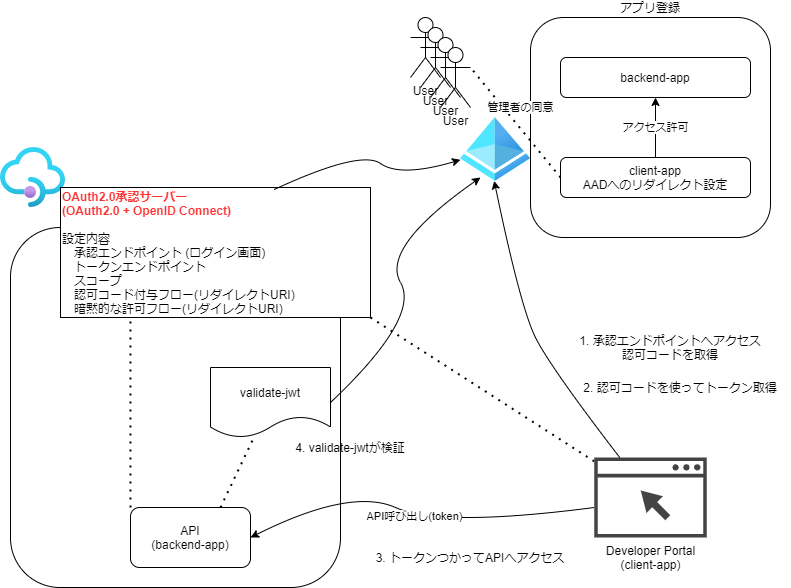
The draw.io diagram func_app_10_apim/OAuth2.0_APIM.png in APCt-okuyama/az-func-learn-plus, before a commit. Source tidied: cells renumbered, new cells last; positions are measured from the earlier drawing's top-left corner, leaving out a move shared by most shapes.
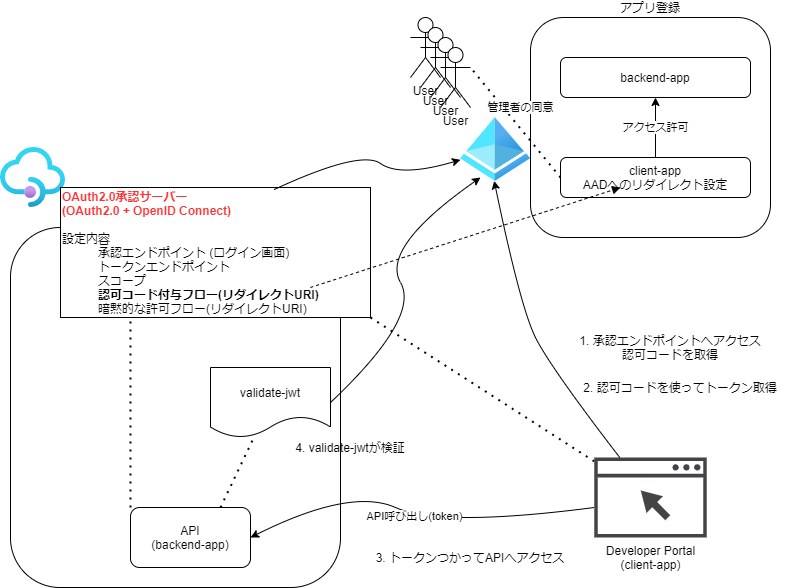
Above is the later version.

Change to the diagram source:
```diff
@@ -23,7 +23,7 @@
     <mxCell id="8" style="rounded=1;whiteSpace=wrap;html=1;" parent="1" vertex="1">
       <mxGeometry x="10" y="210" width="330" height="360" as="geometry" />
     </mxCell>
-    <mxCell id="9" value="&lt;font color=&quot;#ff3333&quot;&gt;&lt;b&gt;OAuth2.0承認サーバー&lt;br&gt;(OAuth2.0 + OpenID Connect)&lt;/b&gt;&lt;br&gt;&lt;/font&gt;&lt;br&gt;設定内容&lt;br&gt;　承認エンドポイント (ログイン画面)&lt;br&gt;　トークンエンドポイント&lt;br&gt;　スコープ&lt;br&gt;　認可コード付与フロー(リダイレクトURI)&lt;br&gt;　暗黙的な許可フロー(リダイレクトURI)" style="rounded=0;whiteSpace=wrap;html=1;align=left;" parent="1" vertex="1">
+    <mxCell id="9" value="&lt;font color=&quot;#ff3333&quot;&gt;&lt;b&gt;OAuth2.0承認サーバー&lt;br&gt;(OAuth2.0 + OpenID Connect)&lt;/b&gt;&lt;br&gt;&lt;/font&gt;&lt;br&gt;設定内容&lt;br&gt;　　　承認エンドポイント (ログイン画面)&lt;br&gt;　　　トークンエンドポイント&lt;br&gt;　　　スコープ&lt;br&gt;　　　&lt;b&gt;認可コード付与フロー(リダイレクトURI)&lt;/b&gt;&lt;br&gt;　　　暗黙的な許可フロー(リダイレクトURI)" style="rounded=0;whiteSpace=wrap;html=1;align=left;" parent="1" vertex="1">
       <mxGeometry x="60" y="170" width="310" height="130" as="geometry" />
     </mxCell>
     <mxCell id="10" value="validate-jwt" style="shape=document;whiteSpace=wrap;html=1;boundedLbl=1;" parent="1" vertex="1">
@@ -106,5 +106,8 @@
         <mxPoint x="1" as="offset" />
       </mxGeometry>
     </mxCell>
+    <mxCell id="29" style="endArrow=block;dashed=1;html=1;exitX=0.806;exitY=0.769;exitDx=0;exitDy=0;exitPerimeter=0;entryX=0.316;entryY=0.75;entryDx=0;entryDy=0;entryPerimeter=0;endFill=1;" parent="1" edge="1" source="9" target="6">
+      <mxGeometry relative="1" as="geometry" />
+    </mxCell>
   </root>
 </mxGraphModel>
```
